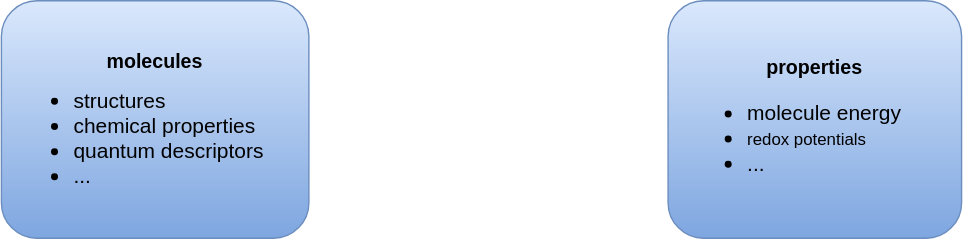
Earlier version of the draw.io export ml-in-chem-goal.svg (jajupmochi/figures-collection). Source tidied: cells renumbered, new cells last; positions are measured from the earlier drawing's top-left corner, leaving out a move shared by most shapes.
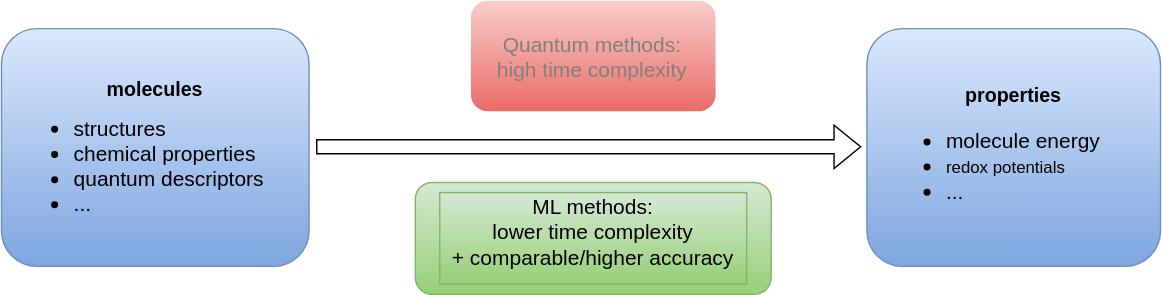
Above is the later version.

Change to the diagram source:
```diff
@@ -3,22 +3,40 @@
     <mxCell id="0" />
     <mxCell id="1" parent="0" />
     <mxCell id="2" style="rounded=1;whiteSpace=wrap;html=1;fillColor=#dae8fc;strokeColor=#6c8ebf;gradientColor=#7ea6e0;" parent="1" vertex="1">
-      <mxGeometry width="220" height="170" as="geometry" />
+      <mxGeometry x="-79" width="220" height="170" as="geometry" />
     </mxCell>
     <mxCell id="3" value="&lt;h3&gt;&lt;b&gt;molecules&lt;br&gt;&lt;/b&gt;&lt;/h3&gt;" style="text;html=1;strokeColor=none;fillColor=none;align=center;verticalAlign=middle;whiteSpace=wrap;rounded=0;" parent="1" vertex="1">
-      <mxGeometry x="30" y="29" width="160" height="30" as="geometry" />
+      <mxGeometry x="-49" y="29" width="160" height="30" as="geometry" />
     </mxCell>
     <mxCell id="4" value="&lt;div style=&quot;font-size: 15px&quot; align=&quot;left&quot;&gt;&lt;font style=&quot;font-size: 15px&quot;&gt;&lt;br&gt;&lt;/font&gt;&lt;/div&gt;&lt;ul style=&quot;font-size: 15px&quot;&gt;&lt;li&gt;&lt;div align=&quot;left&quot;&gt;&lt;font style=&quot;font-size: 15px&quot;&gt;structures&lt;/font&gt;&lt;/div&gt;&lt;/li&gt;&lt;li&gt;&lt;div align=&quot;left&quot;&gt;&lt;font style=&quot;font-size: 15px&quot;&gt;chemical properties&lt;br&gt;&lt;/font&gt;&lt;/div&gt;&lt;/li&gt;&lt;li&gt;&lt;font style=&quot;font-size: 15px&quot;&gt;quantum descriptors&lt;/font&gt;&lt;/li&gt;&lt;li&gt;&lt;div align=&quot;left&quot;&gt;&lt;font style=&quot;font-size: 15px&quot;&gt;...&lt;br&gt;&lt;/font&gt;&lt;/div&gt;&lt;/li&gt;&lt;/ul&gt;" style="text;html=1;strokeColor=none;fillColor=none;align=center;verticalAlign=middle;whiteSpace=wrap;rounded=0;" parent="1" vertex="1">
-      <mxGeometry x="10" y="74" width="180" height="30" as="geometry" />
+      <mxGeometry x="-69" y="74" width="180" height="30" as="geometry" />
     </mxCell>
     <mxCell id="5" style="rounded=1;whiteSpace=wrap;html=1;fillColor=#dae8fc;strokeColor=#6c8ebf;gradientColor=#7ea6e0;" parent="1" vertex="1">
-      <mxGeometry x="477" width="210" height="170" as="geometry" />
+      <mxGeometry x="540" width="210" height="170" as="geometry" />
     </mxCell>
     <mxCell id="6" value="&lt;h3&gt;&lt;b&gt;properties&lt;/b&gt;&lt;/h3&gt;" style="text;html=1;strokeColor=none;fillColor=none;align=center;verticalAlign=middle;whiteSpace=wrap;rounded=0;" parent="1" vertex="1">
-      <mxGeometry x="502" y="33" width="160" height="30" as="geometry" />
+      <mxGeometry x="565" y="33" width="160" height="30" as="geometry" />
     </mxCell>
     <mxCell id="7" value="&lt;div style=&quot;font-size: 15px&quot; align=&quot;left&quot;&gt;&lt;font style=&quot;font-size: 15px&quot;&gt;&lt;br&gt;&lt;/font&gt;&lt;/div&gt;&lt;div align=&quot;left&quot;&gt;&lt;ul style=&quot;font-size: 15px&quot;&gt;&lt;li&gt;&lt;div&gt;molecule energy&lt;br&gt;&lt;/div&gt;&lt;/li&gt;&lt;li&gt;&lt;div&gt;&lt;span style=&quot;left: 116.94px ; top: 201.398px ; font-size: 12.0597px ; font-family: sans-serif ; transform: scalex(0.844858)&quot;&gt;redox potentials&lt;/span&gt;&lt;/div&gt;&lt;/li&gt;&lt;li&gt;&lt;font style=&quot;font-size: 15px&quot;&gt;...&lt;/font&gt;&lt;/li&gt;&lt;/ul&gt;&lt;/div&gt;" style="text;html=1;strokeColor=none;fillColor=none;align=left;verticalAlign=middle;whiteSpace=wrap;rounded=0;" parent="1" vertex="1">
-      <mxGeometry x="492" y="74" width="180" height="30" as="geometry" />
+      <mxGeometry x="555" y="74" width="180" height="30" as="geometry" />
     </mxCell>
+    <mxCell id="8" style="shape=flexArrow;endArrow=classic;html=1;rounded=0;fontSize=15;" parent="1" edge="1">
+      <mxGeometry relative="1" as="geometry">
+        <mxPoint x="146" y="84.5" as="sourcePoint" />
+        <mxPoint x="536" y="84.5" as="targetPoint" />
+      </mxGeometry>
+    </mxCell>
+    <mxCell id="9" style="rounded=1;whiteSpace=wrap;html=1;fontSize=15;align=left;fillColor=#f8cecc;gradientColor=#ea6b66;strokeColor=none;" parent="1" vertex="1">
+      <mxGeometry x="256.8" y="-20" width="175" height="79" as="geometry" />
+    </mxCell>
+    <mxCell id="10" value="Quantum methods:&#10; high time complexity" style="text;strokeColor=none;fillColor=none;align=center;verticalAlign=middle;spacingLeft=4;spacingRight=4;overflow=hidden;fontSize=15;fontColor=#808080;" parent="1" vertex="1">
+      <mxGeometry x="263.8" y="-15.5" width="160" height="70" as="geometry" />
+    </mxCell>
+    <mxCell id="11" style="rounded=1;whiteSpace=wrap;html=1;fontSize=15;align=left;fillColor=#d5e8d4;gradientColor=#97d077;strokeColor=#82b366;" parent="1" vertex="1">
+      <mxGeometry x="217" y="110" width="254.5" height="80" as="geometry" />
+    </mxCell>
+    <mxCell id="12" value="ML methods:&#10; lower time complexity&#10;+ comparable/higher accuracy&#10;" style="text;strokeColor=#82b366;fillColor=#d5e8d4;align=center;verticalAlign=middle;spacingLeft=4;spacingRight=4;overflow=hidden;fontSize=15;gradientColor=#97d077;" parent="1" vertex="1">
+      <mxGeometry x="234.5" y="117.2" width="219.5" height="65.5" as="geometry" />
+    </mxCell>
   </root>
 </mxGraphModel>
```
